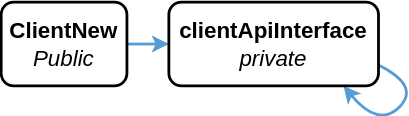
Before: docs/assets/client-interface.drawio.svg, a diagram exported from draw.io (Telmate/proxmox-api-go). Source tidied: cells renumbered, new cells last; positions are measured from the earlier drawing's top-left corner, leaving out a move shared by most shapes. Source of this version:
```xml
<mxGraphModel>
  <root>
    <mxCell id="0" />
    <mxCell id="1" parent="0" />
    <mxCell id="2" style="edgeStyle=none;html=1;exitX=1;exitY=0.75;exitDx=0;exitDy=0;rounded=0;curved=1;strokeWidth=2;entryX=0.5;entryY=1;entryDx=0;entryDy=0;strokeColor=light-dark(#569CD6,#569CD6);" parent="1" edge="1" source="5" target="7">
      <mxGeometry relative="1" as="geometry">
        <Array as="points">
          <mxPoint x="300" y="60" />
          <mxPoint x="270" y="90" />
        </Array>
      </mxGeometry>
    </mxCell>
    <mxCell id="3" style="edgeStyle=none;html=1;strokeWidth=2;strokeColor=light-dark(#569CD6,#569CD6);" parent="1" edge="1" source="4" target="5">
      <mxGeometry relative="1" as="geometry" />
    </mxCell>
    <mxCell id="4" value="&lt;font style=&quot;font-size: 16px;&quot;&gt;&lt;b style=&quot;&quot;&gt;ClientNew&lt;/b&gt;&lt;br&gt;&lt;i style=&quot;&quot;&gt;Public&lt;/i&gt;&lt;/font&gt;" style="rounded=1;whiteSpace=wrap;html=1;strokeWidth=2;" parent="1" vertex="1">
      <mxGeometry width="90" height="60" as="geometry" />
    </mxCell>
    <mxCell id="5" value="&lt;font style=&quot;font-size: 16px;&quot;&gt;&lt;b style=&quot;&quot;&gt;clientApiInterface&lt;/b&gt;&lt;br&gt;&lt;i style=&quot;&quot;&gt;private&lt;/i&gt;&lt;/font&gt;" style="rounded=1;whiteSpace=wrap;html=1;strokeWidth=2;" parent="1" vertex="1">
      <mxGeometry x="120" width="150" height="60" as="geometry" />
    </mxCell>
    <mxCell id="6" style="whiteSpace=wrap;html=1;fillColor=none;strokeColor=none;" parent="1" vertex="1">
      <mxGeometry x="280" y="50" width="10" height="10" as="geometry" />
    </mxCell>
    <mxCell id="7" style="whiteSpace=wrap;html=1;fillColor=none;strokeColor=none;" parent="1" vertex="1">
      <mxGeometry x="240" y="50" width="10" height="10" as="geometry" />
    </mxCell>
  </root>
</mxGraphModel>
```
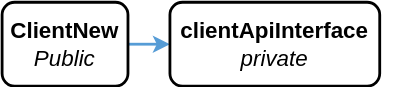
After the change.

Commit message:
docs: remove self refrence from interface

Diff of the diagram source:
```diff
@@ -2,14 +2,6 @@
   <root>
     <mxCell id="0" />
     <mxCell id="1" parent="0" />
-    <mxCell id="2" style="edgeStyle=none;html=1;exitX=1;exitY=0.75;exitDx=0;exitDy=0;rounded=0;curved=1;strokeWidth=2;entryX=0.5;entryY=1;entryDx=0;entryDy=0;strokeColor=light-dark(#569CD6,#569CD6);" parent="1" edge="1" source="5" target="7">
-      <mxGeometry relative="1" as="geometry">
-        <Array as="points">
-          <mxPoint x="300" y="60" />
-          <mxPoint x="270" y="90" />
-        </Array>
-      </mxGeometry>
-    </mxCell>
     <mxCell id="3" style="edgeStyle=none;html=1;strokeWidth=2;strokeColor=light-dark(#569CD6,#569CD6);" parent="1" edge="1" source="4" target="5">
       <mxGeometry relative="1" as="geometry" />
     </mxCell>
```
